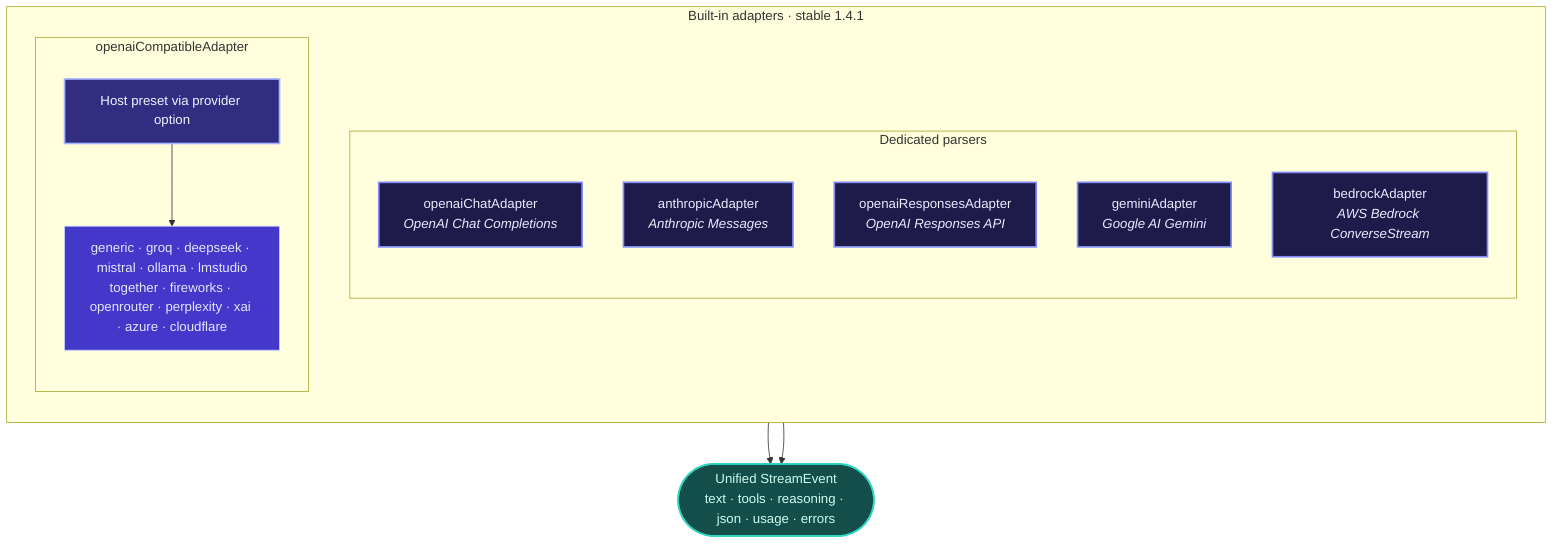
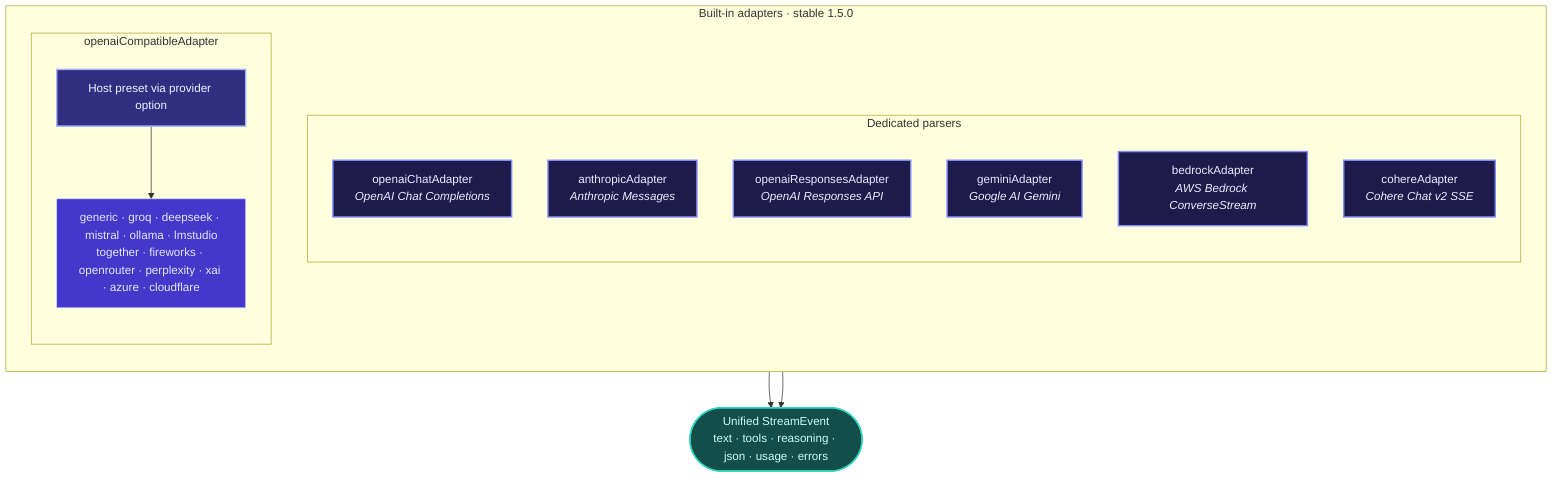
flowchart TB
- 	subgraph BUILTIN["Built-in adapters · stable 1.4.1"]
+ 	subgraph BUILTIN["Built-in adapters · stable 1.5.0"]
		direction TB

		subgraph DEDICATED["Dedicated parsers"]
			direction TB
			AC["openaiChatAdapter<br/><i>OpenAI Chat Completions</i>"]
			AA["anthropicAdapter<br/><i>Anthropic Messages</i>"]
			AR["openaiResponsesAdapter<br/><i>OpenAI Responses API</i>"]
			AG["geminiAdapter<br/><i>Google AI Gemini</i>"]
			AB["bedrockAdapter<br/><i>AWS Bedrock ConverseStream</i>"]
+ 			ACO["cohereAdapter<br/><i>Cohere Chat v2 SSE</i>"]
		end

		subgraph COMPAT["openaiCompatibleAdapter"]
			direction TB
			AO["Host preset via provider option"]
			PRESETS["generic · groq · deepseek · mistral · ollama · lmstudio<br/>together · fireworks · openrouter · perplexity · xai · azure · cloudflare"]
			AO --> PRESETS
		end
	end

	UNIFIED(["Unified StreamEvent<br/>text · tools · reasoning · json · usage · errors"])

	DEDICATED --> UNIFIED
	COMPAT --> UNIFIED

	classDef dedicated fill:#1e1b4b,stroke:#818cf8,stroke-width:2px,color:#ede9fe
	classDef compat fill:#312e81,stroke:#a5b4fc,stroke-width:2px,color:#eef2ff
	classDef presets fill:#4338ca,stroke:#c7d2fe,stroke-width:1px,color:#e0e7ff
	classDef out fill:#134e4a,stroke:#2dd4bf,stroke-width:2px,color:#ccfbf1

- 	class AC,AA,AR,AG,AB dedicated
+ 	class AC,AA,AR,AG,AB,ACO dedicated
	class AO compat
	class PRESETS presets
	class UNIFIED out
